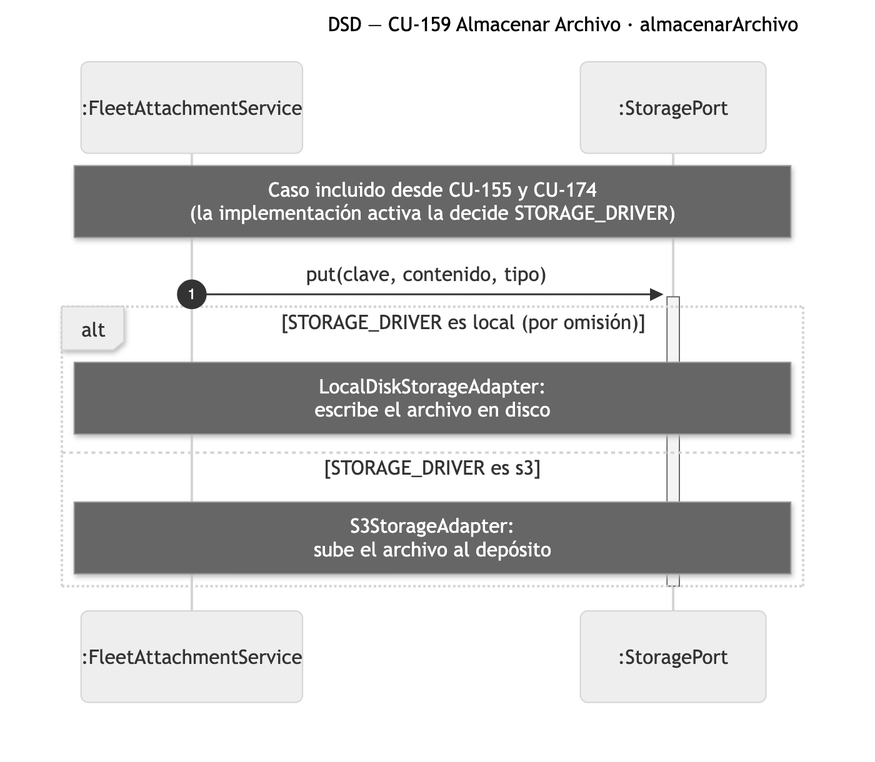
Nahuelito-Dev/splg-docs keeps this Mermaid diagram as diagramas/png/DSD_CU-159_almacenarArchivo.png. Above is the earlier version. Its source is kept beside it as diagramas/DSD_CU-159_almacenarArchivo.mmd.
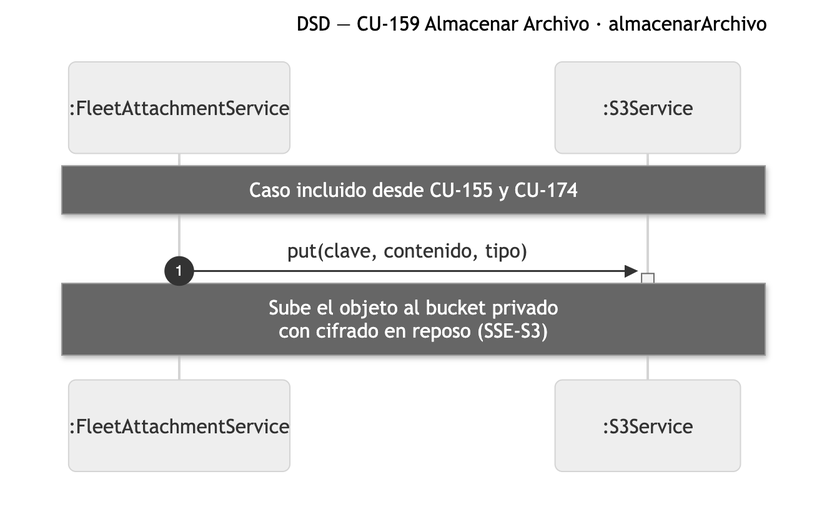
After the commit.

What changed in the source:
```diff
@@ -3,13 +3,9 @@
     title DSD — CU-159 Almacenar Archivo · almacenarArchivo
     autonumber
     participant SRV as :FleetAttachmentService
-    participant STO as :StoragePort
+    participant S3 as :S3Service
 
-    Note over SRV,STO: Caso incluido desde CU-155 y CU-174<br/>(la implementación activa la decide STORAGE_DRIVER)
-    SRV->>+STO: put(clave, contenido, tipo)
-    alt STORAGE_DRIVER es local (por omisión)
-        Note over SRV,STO: LocalDiskStorageAdapter:<br/>escribe el archivo en disco
-    else STORAGE_DRIVER es s3
-        Note over SRV,STO: S3StorageAdapter:<br/>sube el archivo al depósito
-    end
-    deactivate STO
+    Note over SRV,S3: Caso incluido desde CU-155 y CU-174
+    SRV->>+S3: put(clave, contenido, tipo)
+    Note over SRV,S3: Sube el objeto al bucket privado<br/>con cifrado en reposo (SSE-S3)
+    deactivate S3
```
